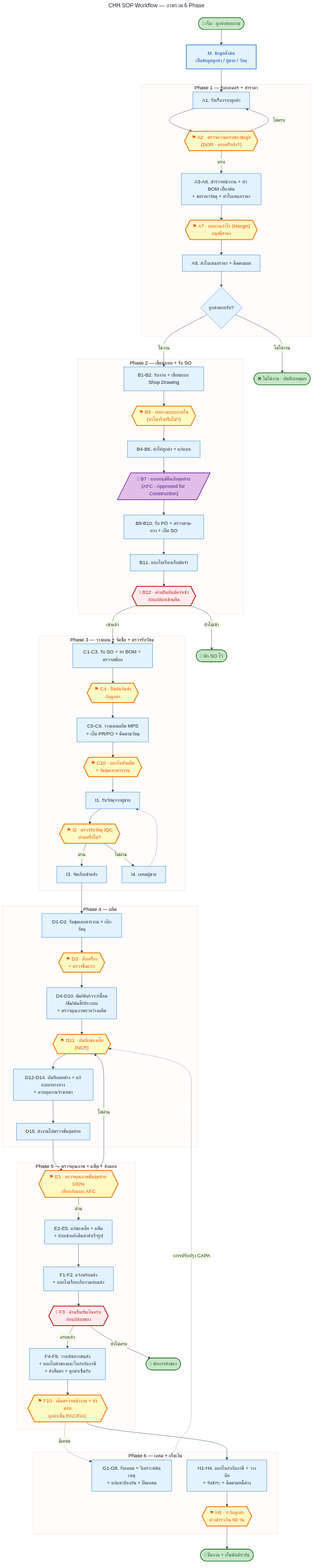
This is workflow_chh.png from Panuinc/sop, a Mermaid export, as it was before one commit. Its source is kept beside it as workflow_chh.mmd. Source of this version:
```mermaid
---
title: CHH SOP Workflow — ภาพรวม 6 Phase
config:
  theme: base
  themeVariables:
    fontFamily: "Sarabun, Tahoma, sans-serif"
    primaryColor: "#E3F2FD"
    primaryTextColor: "#1a2332"
    primaryBorderColor: "#1976D2"
    lineColor: "#37474F"
---
flowchart TD
    Start([🟢 เริ่ม · ลูกค้าสอบถาม]):::startEnd
    M[M. ข้อมูลตั้งต้น<br/>เปิดข้อมูลลูกค้า / ผู้ขาย / วัสดุ]:::phase

    subgraph P1 ["Phase 1 — รับออเดอร์ + ทำราคา"]
        A1[A1. รับเรื่องจากลูกค้า]
        A2{{"⚑ A2 · ตรวจความครบของข้อมูล<br/>(DOR · ครบหรือยัง?)"}}:::ctrl
        A3to6[A3-A6. สำรวจหน้างาน + ทำ BOM เบื้องต้น<br/>+ ขอราคาวัสดุ + ทำใบเสนอราคา]
        A7{{"⚑ A7 · ทบทวนกำไร (Margin)<br/>อนุมัติราคา"}}:::ctrl
        A8[A8. ส่งใบเสนอราคา + ติดตามผล]
        WonGate{ลูกค้าตอบรับ?}
    end

    subgraph P2 ["Phase 2 — เขียนแบบ + รับ SO"]
        B1to2[B1-B2. รับงาน + เขียนแบบ Shop Drawing]
        B3{{"⚑ B3 · ทบทวนแบบภายใน<br/>(ทำได้จริงหรือไม่?)"}}:::ctrl
        B4to6[B4-B6. ส่งให้ลูกค้า + แก้แบบ]
        B7[/"📋 B7 · แบบอนุมัติฉบับสุดท้าย<br/>(AFC · Approved for Construction)"/]:::artifact
        B8to10[B8-B10. รับ PO + ตรวจสาม-ทาง + เปิด SO]
        B11[B11. ออกใบเรียกเก็บมัดจำ]
        B12{{"⛔ B12 · ด่านยืนยันมัดจำเข้า<br/>ก่อนปล่อยเข้าผลิต"}}:::gate
    end

    subgraph P3 ["Phase 3 — วางแผน + จัดซื้อ + ตรวจรับวัสดุ"]
        C1to3[C1-C3. รับ SO + ทำ BOM + ตรวจสต็อก]
        C4{{"⚑ C4 · ยืนยันวันส่ง<br/>กับลูกค้า"}}:::ctrl
        C5to9[C5-C9. วางแผนผลิต MPS<br/>+ เปิด PR/PO + ติดตามวัสดุ]
        C10{{"⚑ C10 · ออกใบสั่งผลิต<br/>+ จัดชุดเอกสารงาน"}}:::ctrl
        I1[I1. รับวัสดุจากผู้ขาย]
        I2{{"⚑ I2 · ตรวจรับวัสดุ IQC<br/>ผ่านหรือไม่?"}}:::ctrl
        I3[I3. จัดเก็บเข้าคลัง]
        I4[I4. เคลมผู้ขาย]
    end

    subgraph P4 ["Phase 4 — ผลิต"]
        D1to2[D1-D2. รับชุดเอกสารงาน + เบิกวัสดุ]
        D3{{"⚑ D3 · ตั้งเครื่อง<br/>+ ตรวจชิ้นแรก"}}:::ctrl
        D4to10[D4-D10. ตัด/พับ/เจาะ/เชื่อม<br/>/ขัด/พ่นสี/ประกอบ<br/>+ ตรวจคุณภาพระหว่างผลิต]
        D11{{"⚑ D11 · บันทึกของเสีย<br/>(NCR)"}}:::ctrl
        D12to14[D12-D14. บันทึกผลต่าง + แก้แบบกลางทาง<br/>+ ควบคุมงานจ้างเหมา]
        D15[D15. ส่งงานไปตรวจขั้นสุดท้าย]
    end

    subgraph P5 ["Phase 5 — ตรวจคุณภาพ + แพ็ค + ส่งมอบ"]
        E1{{"⚑ E1 · ตรวจคุณภาพขั้นสุดท้าย 100%<br/>เทียบกับแบบ AFC"}}:::ctrl
        E2to5[E2-E5. แก้ของเสีย + แพ็ค<br/>+ ย้ายเข้าคลังสินค้าสำเร็จรูป]
        F1to2[F1-F2. แจ้งพร้อมส่ง<br/>+ ออกใบเรียกเก็บงวดก่อนส่ง]
        F3{{"⛔ F3 · ด่านยืนยันเงินครบ<br/>ก่อนปล่อยของ"}}:::gate
        F4to9[F4-F9. วางเส้นทางขนส่ง<br/>+ ออกใบส่งของและใบกำกับภาษี<br/>+ ส่งสินค้า + ลูกค้าเซ็นรับ]
        F10{{"⚑ F10 · เดินตรวจหน้างาน + ส่งมอบ<br/>ลูกค้าเซ็น PAC/FAC"}}:::ctrl
    end

    subgraph P6 ["Phase 6 — เคลม + เก็บเงิน"]
        G1to8[G1-G8. รับเคลม + วิเคราะห์ต้นเหตุ<br/>+ แก้และป้องกัน + ปิดเคลม]
        H1to4[H1-H4. ออกใบกำกับภาษี + วางบิล<br/>+ รับชำระ + ติดตามหนี้ค้าง]
        H5{{"⚑ H5 · ระงับลูกค้า<br/>ค้างชำระเกิน 60 วัน"}}:::ctrl
    end

    EndNode([🏁 ปิดงาน + เริ่มนับประกัน]):::startEnd

    Start --> M --> A1 --> A2
    A2 -- ไม่ครบ --> A1
    A2 -- ครบ --> A3to6 --> A7 --> A8 --> WonGate
    WonGate -- ไม่ได้งาน --> Lost([❌ ไม่ได้งาน · บันทึกเหตุผล]):::startEnd
    WonGate -- ได้งาน --> B1to2 --> B3 --> B4to6 --> B7 --> B8to10 --> B11 --> B12
    B12 -- ยังไม่เข้า --> Hold1([🛑 พัก SO ไว้]):::startEnd
    B12 -- เข้าแล้ว --> C1to3 --> C4 --> C5to9 --> C10 --> I1 --> I2
    I2 -- ไม่ผ่าน --> I4
    I4 -.-> I1
    I2 -- ผ่าน --> I3 --> D1to2 --> D3 --> D4to10 --> D11
    D11 --> D12to14 --> D15 --> E1
    E1 -- ไม่ผ่าน --> D11
    E1 -- ผ่าน --> E2to5 --> F1to2 --> F3
    F3 -- ยังไม่ครบ --> Hold2([🛑 พักการส่งของ]):::startEnd
    F3 -- ครบแล้ว --> F4to9 --> F10 --> H1to4 --> H5 --> EndNode

    F10 -. มีเคลม .-> G1to8
    G1to8 -. วงจรปรับปรุง CAPA .-> D11

    classDef startEnd fill:#C8E6C9,stroke:#2E7D32,stroke-width:2px,color:#1B5E20
    classDef phase fill:#E3F2FD,stroke:#1976D2,stroke-width:2px,color:#0D47A1
    classDef ctrl fill:#FFF9C4,stroke:#F57F17,stroke-width:3px,color:#E65100
    classDef gate fill:#FFEBEE,stroke:#C62828,stroke-width:3px,color:#B71C1C
    classDef artifact fill:#E1BEE7,stroke:#6A1B9A,stroke-width:2px,color:#4A148C
```
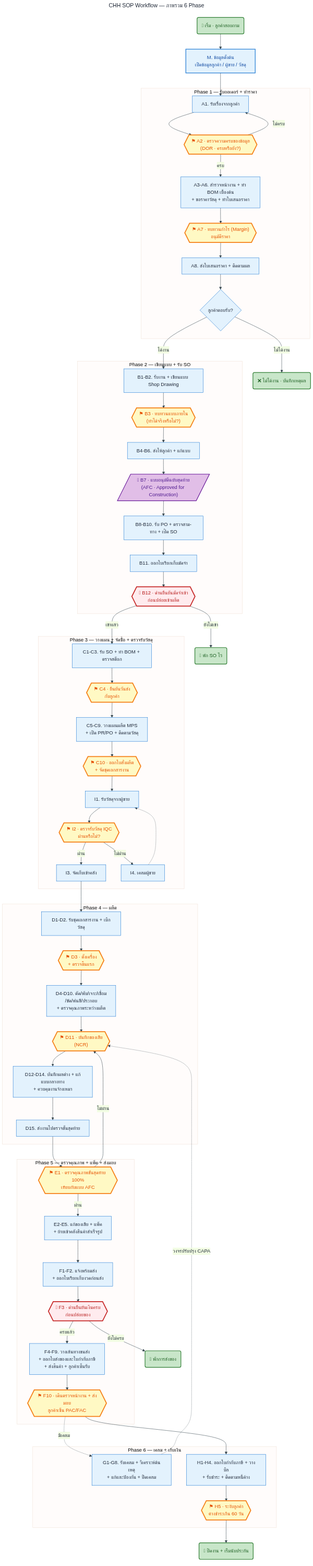
The same diagram one commit later.

Commit message:
Workflow: แก้กล่องเริ่ม/จบตัดคำ + SVG เปิดใน browser ได้

Change to the diagram source:
```diff
@@ -10,7 +10,7 @@
     lineColor: "#37474F"
 ---
 flowchart TD
-    Start([🟢 เริ่ม · ลูกค้าสอบถาม]):::startEnd
+    Start("🟢 เริ่ม · ลูกค้าสอบถาม"):::startEnd
     M[M. ข้อมูลตั้งต้น<br/>เปิดข้อมูลลูกค้า / ผู้ขาย / วัสดุ]:::phase
 
     subgraph P1 ["Phase 1 — รับออเดอร์ + ทำราคา"]
@@ -67,14 +67,14 @@
         H5{{"⚑ H5 · ระงับลูกค้า<br/>ค้างชำระเกิน 60 วัน"}}:::ctrl
     end
 
-    EndNode([🏁 ปิดงาน + เริ่มนับประกัน]):::startEnd
+    EndNode("🏁 ปิดงาน + เริ่มนับประกัน"):::startEnd
 
     Start --> M --> A1 --> A2
     A2 -- ไม่ครบ --> A1
     A2 -- ครบ --> A3to6 --> A7 --> A8 --> WonGate
-    WonGate -- ไม่ได้งาน --> Lost([❌ ไม่ได้งาน · บันทึกเหตุผล]):::startEnd
+    WonGate -- ไม่ได้งาน --> Lost("❌ ไม่ได้งาน · บันทึกเหตุผล"):::startEnd
     WonGate -- ได้งาน --> B1to2 --> B3 --> B4to6 --> B7 --> B8to10 --> B11 --> B12
-    B12 -- ยังไม่เข้า --> Hold1([🛑 พัก SO ไว้]):::startEnd
+    B12 -- ยังไม่เข้า --> Hold1("🛑 พัก SO ไว้"):::startEnd
     B12 -- เข้าแล้ว --> C1to3 --> C4 --> C5to9 --> C10 --> I1 --> I2
     I2 -- ไม่ผ่าน --> I4
     I4 -.-> I1
@@ -82,7 +82,7 @@
     D11 --> D12to14 --> D15 --> E1
     E1 -- ไม่ผ่าน --> D11
     E1 -- ผ่าน --> E2to5 --> F1to2 --> F3
-    F3 -- ยังไม่ครบ --> Hold2([🛑 พักการส่งของ]):::startEnd
+    F3 -- ยังไม่ครบ --> Hold2("🛑 พักการส่งของ"):::startEnd
     F3 -- ครบแล้ว --> F4to9 --> F10 --> H1to4 --> H5 --> EndNode
 
     F10 -. มีเคลม .-> G1to8
```
